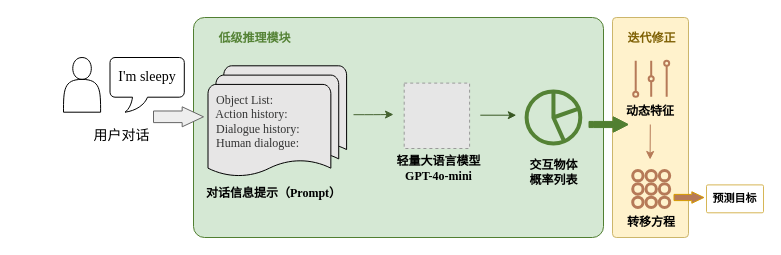
The draw.io diagram 去掉高级推理模块.drawio in Rinco1018/project_test, before the edit. Source tidied: cells renumbered, new cells numbered last; positions are measured from the earlier drawing's top-left corner, leaving out a move shared by most shapes. Both pictures are drawn from the tidied source at 100%, with x=0, y=0 at pixel (17, 17). Pictures stored in the file or linked from it are replaced by grey dashed boxes.
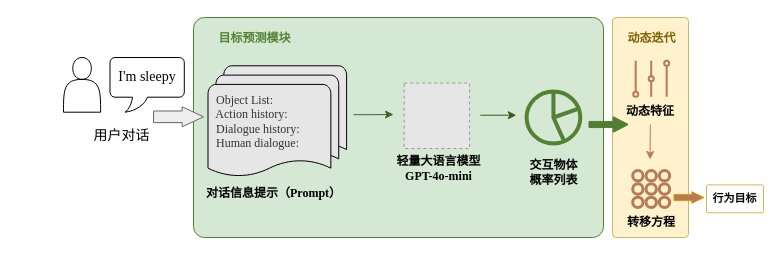
The same page after the edit.

Commit message:
更新去掉高级推理模块.drawio

Diff of the diagram source:
```diff
@@
-    <mxCell id="13" value="&lt;font style=&quot;font-size: 12px;&quot; face=&quot;Times New Roman&quot;&gt;低级推理模块&lt;/font&gt;" style="text;html=1;align=center;verticalAlign=middle;strokeColor=none;fillColor=none;fontColor=light-dark(#548235, #69c195);fontStyle=1;fontSize=11;" parent="1" vertex="1">
-      <mxGeometry x="192" y="8" width="90" height="26" as="geometry" />
+    <mxCell id="13" value="&lt;font style=&quot;font-size: 12px;&quot; face=&quot;Times New Roman&quot;&gt;目标预测模块&lt;/font&gt;" style="text;html=1;align=center;verticalAlign=middle;strokeColor=none;fillColor=none;fontColor=light-dark(#548235, #69c195);fontStyle=1;fontSize=11;" parent="1" vertex="1">
+      <mxGeometry x="187" y="6" width="100" height="30" as="geometry" />
     </mxCell>
@@
-    <mxCell id="27" value="&lt;font face=&quot;Times New Roman&quot;&gt;&lt;span&gt;迭代修正&lt;/span&gt;&lt;/font&gt;" style="text;html=1;align=center;verticalAlign=middle;strokeColor=none;fillColor=none;fontColor=light-dark(#7f6105, #69c195);fontStyle=1;fontSize=12;" parent="1" vertex="1">
-      <mxGeometry x="601" y="8" width="66" height="26" as="geometry" />
+    <mxCell id="27" value="&lt;font face=&quot;Times New Roman&quot;&gt;&lt;span&gt;动态迭代&lt;/span&gt;&lt;/font&gt;" style="text;html=1;align=center;verticalAlign=middle;strokeColor=none;fillColor=none;fontColor=light-dark(#7f6105, #69c195);fontStyle=1;fontSize=12;" parent="1" vertex="1">
+      <mxGeometry x="599" y="6" width="70" height="30" as="geometry" />
     </mxCell>
@@
-    <mxCell id="32" value="&lt;b&gt;&lt;font style=&quot;font-size: 11px;&quot;&gt;预测目标&lt;/font&gt;&lt;/b&gt;" style="rounded=1;arcSize=5;whiteSpace=wrap;html=1;fillColor=none;strokeColor=#d6b656;" parent="1" vertex="1">
+    <mxCell id="32" value="&lt;b&gt;&lt;font style=&quot;font-size: 11px;&quot;&gt;行为目标&lt;/font&gt;&lt;/b&gt;" style="rounded=1;arcSize=5;whiteSpace=wrap;html=1;fillColor=none;strokeColor=#d6b656;" parent="1" vertex="1">
       <mxGeometry x="689" y="167.4" width="57" height="27.9" as="geometry" />
     </mxCell>
```
